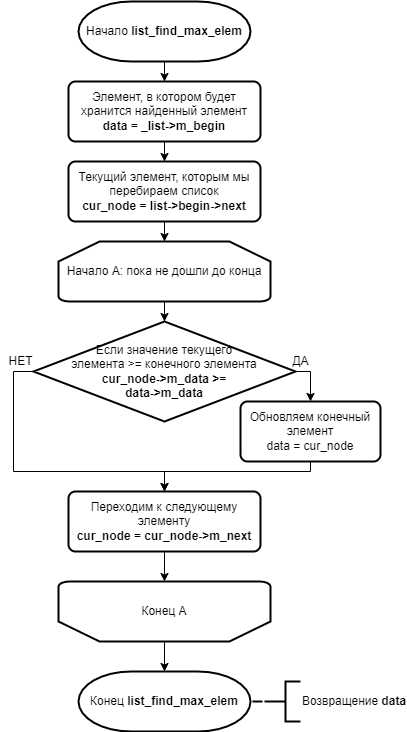
The draw.io diagram diagrams/pictures/list_find_max_elem/list_find_max_elem.drawio.png in AKTOETO/LW4-2022, before a commit. Source tidied: cells renumbered, new cells last; positions are measured from the earlier drawing's top-left corner, leaving out a move shared by most shapes. Source of this version:
```xml
<mxGraphModel>
  <root>
    <mxCell id="0" />
    <mxCell id="1" parent="0" />
    <mxCell id="2" style="edgeStyle=orthogonalEdgeStyle;rounded=0;jettySize=auto;html=1;endArrow=classic;endFill=1;strokeWidth=1;" parent="1" edge="1" source="3" target="5">
      <mxGeometry relative="1" as="geometry" />
    </mxCell>
    <mxCell id="3" value="Начало &lt;b&gt;list_find_max_elem&lt;/b&gt;" style="strokeWidth=2;html=1;shape=mxgraph.flowchart.terminator;whiteSpace=wrap;" parent="1" vertex="1">
      <mxGeometry x="78" width="172" height="60" as="geometry" />
    </mxCell>
    <mxCell id="4" style="edgeStyle=orthogonalEdgeStyle;rounded=0;jettySize=auto;html=1;endArrow=classic;endFill=1;strokeWidth=1;" parent="1" edge="1" source="5" target="7">
      <mxGeometry relative="1" as="geometry" />
    </mxCell>
    <mxCell id="5" value="Элемент, в котором будет хранится найденный элемент&lt;br&gt;&lt;b&gt;data =&amp;nbsp;_list-&amp;gt;m_begin&lt;/b&gt;" style="rounded=1;whiteSpace=wrap;html=1;absoluteArcSize=1;arcSize=14;strokeWidth=2;shadow=0;glass=0;sketch=0;" parent="1" vertex="1">
      <mxGeometry x="68" y="80" width="192" height="60" as="geometry" />
    </mxCell>
    <mxCell id="6" style="edgeStyle=orthogonalEdgeStyle;rounded=0;jettySize=auto;html=1;endArrow=classic;endFill=1;strokeWidth=1;" parent="1" edge="1" source="7" target="9">
      <mxGeometry relative="1" as="geometry" />
    </mxCell>
    <mxCell id="7" value="Текущий элемент, которым мы перебираем список&lt;br&gt;&lt;b&gt;cur_node = list-&amp;gt;begin-&amp;gt;next&lt;/b&gt;" style="rounded=1;whiteSpace=wrap;html=1;absoluteArcSize=1;arcSize=14;strokeWidth=2;shadow=0;glass=0;sketch=0;" parent="1" vertex="1">
      <mxGeometry x="68" y="160" width="192" height="60" as="geometry" />
    </mxCell>
    <mxCell id="8" style="edgeStyle=orthogonalEdgeStyle;rounded=0;jettySize=auto;html=1;endArrow=classic;endFill=1;strokeWidth=1;" parent="1" edge="1" source="9" target="12">
      <mxGeometry relative="1" as="geometry" />
    </mxCell>
    <mxCell id="9" value="Начало А: пока не дошли до конца" style="strokeWidth=2;html=1;shape=mxgraph.flowchart.loop_limit;whiteSpace=wrap;" parent="1" vertex="1">
      <mxGeometry x="58" y="240" width="212" height="60" as="geometry" />
    </mxCell>
    <mxCell id="10" style="edgeStyle=orthogonalEdgeStyle;rounded=0;jettySize=auto;html=1;exitX=1;exitY=0.5;exitDx=0;exitDy=0;exitPerimeter=0;entryX=0.5;entryY=0;entryDx=0;entryDy=0;endArrow=classic;endFill=1;strokeWidth=1;" parent="1" edge="1" source="12" target="14">
      <mxGeometry relative="1" as="geometry" />
    </mxCell>
    <mxCell id="11" style="edgeStyle=orthogonalEdgeStyle;rounded=0;jettySize=auto;html=1;exitX=0;exitY=0.5;exitDx=0;exitDy=0;exitPerimeter=0;entryX=0.5;entryY=0;entryDx=0;entryDy=0;endArrow=classic;endFill=1;strokeWidth=1;" parent="1" edge="1" source="12" target="17">
      <mxGeometry relative="1" as="geometry">
        <Array as="points">
          <mxPoint x="13" y="370" />
          <mxPoint x="13" y="470" />
          <mxPoint x="164" y="470" />
        </Array>
      </mxGeometry>
    </mxCell>
    <mxCell id="12" value="Если значение текущего&lt;br&gt;элемента &amp;gt;= конечного элемента&lt;br&gt;&lt;b&gt;cur_node-&amp;gt;m_data &amp;gt;=&lt;br&gt;data-&amp;gt;m_data&lt;/b&gt;" style="strokeWidth=2;html=1;shape=mxgraph.flowchart.decision;whiteSpace=wrap;" parent="1" vertex="1">
      <mxGeometry x="33" y="320" width="262" height="100" as="geometry" />
    </mxCell>
    <mxCell id="13" style="edgeStyle=orthogonalEdgeStyle;rounded=0;jettySize=auto;html=1;entryX=0.5;entryY=0;entryDx=0;entryDy=0;endArrow=classic;endFill=1;strokeWidth=1;" parent="1" edge="1" source="14" target="17">
      <mxGeometry relative="1" as="geometry">
        <Array as="points">
          <mxPoint x="310" y="470" />
          <mxPoint x="164" y="470" />
        </Array>
      </mxGeometry>
    </mxCell>
    <mxCell id="14" value="Обновляем конечный элемент&lt;br&gt;data = cur_node" style="rounded=1;whiteSpace=wrap;html=1;absoluteArcSize=1;arcSize=14;strokeWidth=2;shadow=0;glass=0;sketch=0;" parent="1" vertex="1">
      <mxGeometry x="240" y="400" width="140" height="60" as="geometry" />
    </mxCell>
    <mxCell id="15" value="ДА" style="text;html=1;align=center;verticalAlign=middle;strokeColor=none;fillColor=none;" parent="1" vertex="1">
      <mxGeometry x="285" y="350" width="30" height="20" as="geometry" />
    </mxCell>
    <mxCell id="16" style="edgeStyle=orthogonalEdgeStyle;rounded=0;jettySize=auto;html=1;endArrow=classic;endFill=1;strokeWidth=1;" parent="1" edge="1" source="17" target="20">
      <mxGeometry relative="1" as="geometry" />
    </mxCell>
    <mxCell id="17" value="Переходим к следующему элементу&lt;br&gt;&lt;b&gt;cur_node = cur_node-&amp;gt;m_next&lt;/b&gt;" style="rounded=1;whiteSpace=wrap;html=1;absoluteArcSize=1;arcSize=14;strokeWidth=2;shadow=0;glass=0;sketch=0;" parent="1" vertex="1">
      <mxGeometry x="68" y="490" width="192" height="60" as="geometry" />
    </mxCell>
    <mxCell id="18" value="НЕТ" style="text;html=1;align=center;verticalAlign=middle;strokeColor=none;fillColor=none;" parent="1" vertex="1">
      <mxGeometry y="350" width="40" height="20" as="geometry" />
    </mxCell>
    <mxCell id="19" style="edgeStyle=orthogonalEdgeStyle;rounded=0;jettySize=auto;html=1;endArrow=classic;endFill=1;strokeWidth=1;" parent="1" edge="1" source="20" target="21">
      <mxGeometry relative="1" as="geometry" />
    </mxCell>
    <mxCell id="20" value="Конец А" style="strokeWidth=2;html=1;shape=mxgraph.flowchart.loop_limit;whiteSpace=wrap;direction=west;" parent="1" vertex="1">
      <mxGeometry x="58" y="580" width="212" height="60" as="geometry" />
    </mxCell>
    <mxCell id="21" value="Конец&amp;nbsp;&lt;b&gt;list_find_max_elem&lt;/b&gt;" style="strokeWidth=2;html=1;shape=mxgraph.flowchart.terminator;whiteSpace=wrap;" parent="1" vertex="1">
      <mxGeometry x="78" y="670" width="172" height="60" as="geometry" />
    </mxCell>
    <mxCell id="22" style="edgeStyle=orthogonalEdgeStyle;rounded=0;jettySize=auto;html=1;endArrow=none;endFill=0;strokeWidth=2;dashed=1;" parent="1" edge="1" source="23" target="21">
      <mxGeometry relative="1" as="geometry" />
    </mxCell>
    <mxCell id="23" value="Возвращение &lt;b&gt;data&lt;/b&gt;" style="strokeWidth=2;html=1;shape=mxgraph.flowchart.annotation_2;align=left;labelPosition=right;" parent="1" vertex="1">
      <mxGeometry x="270" y="680" width="30" height="40" as="geometry" />
    </mxCell>
  </root>
</mxGraphModel>
```
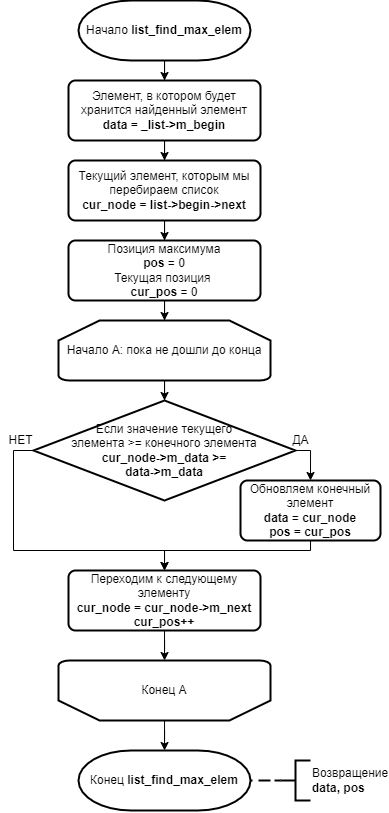
Later version of the same file.

Commit message:
added node_get_data ALO

Change to the diagram source:
```diff
@@ -6,19 +6,19 @@
       <mxGeometry relative="1" as="geometry" />
     </mxCell>
     <mxCell id="3" value="Начало &lt;b&gt;list_find_max_elem&lt;/b&gt;" style="strokeWidth=2;html=1;shape=mxgraph.flowchart.terminator;whiteSpace=wrap;" parent="1" vertex="1">
-      <mxGeometry x="78" width="172" height="60" as="geometry" />
+      <mxGeometry x="78" y="-80" width="172" height="60" as="geometry" />
     </mxCell>
     <mxCell id="4" style="edgeStyle=orthogonalEdgeStyle;rounded=0;jettySize=auto;html=1;endArrow=classic;endFill=1;strokeWidth=1;" parent="1" edge="1" source="5" target="7">
       <mxGeometry relative="1" as="geometry" />
     </mxCell>
     <mxCell id="5" value="Элемент, в котором будет хранится найденный элемент&lt;br&gt;&lt;b&gt;data =&amp;nbsp;_list-&amp;gt;m_begin&lt;/b&gt;" style="rounded=1;whiteSpace=wrap;html=1;absoluteArcSize=1;arcSize=14;strokeWidth=2;shadow=0;glass=0;sketch=0;" parent="1" vertex="1">
-      <mxGeometry x="68" y="80" width="192" height="60" as="geometry" />
+      <mxGeometry x="68" width="192" height="60" as="geometry" />
     </mxCell>
-    <mxCell id="6" style="edgeStyle=orthogonalEdgeStyle;rounded=0;jettySize=auto;html=1;endArrow=classic;endFill=1;strokeWidth=1;" parent="1" edge="1" source="7" target="9">
+    <mxCell id="6" style="edgeStyle=orthogonalEdgeStyle;rounded=0;jettySize=auto;html=1;endArrow=classic;endFill=1;strokeWidth=1;startArrow=none;" parent="1" edge="1" source="24" target="9">
       <mxGeometry relative="1" as="geometry" />
     </mxCell>
     <mxCell id="7" value="Текущий элемент, которым мы перебираем список&lt;br&gt;&lt;b&gt;cur_node = list-&amp;gt;begin-&amp;gt;next&lt;/b&gt;" style="rounded=1;whiteSpace=wrap;html=1;absoluteArcSize=1;arcSize=14;strokeWidth=2;shadow=0;glass=0;sketch=0;" parent="1" vertex="1">
-      <mxGeometry x="68" y="160" width="192" height="60" as="geometry" />
+      <mxGeometry x="68" y="80" width="192" height="60" as="geometry" />
     </mxCell>
     <mxCell id="8" style="edgeStyle=orthogonalEdgeStyle;rounded=0;jettySize=auto;html=1;endArrow=classic;endFill=1;strokeWidth=1;" parent="1" edge="1" source="9" target="12">
       <mxGeometry relative="1" as="geometry" />
@@ -49,7 +49,7 @@
         </Array>
       </mxGeometry>
     </mxCell>
-    <mxCell id="14" value="Обновляем конечный элемент&lt;br&gt;data = cur_node" style="rounded=1;whiteSpace=wrap;html=1;absoluteArcSize=1;arcSize=14;strokeWidth=2;shadow=0;glass=0;sketch=0;" parent="1" vertex="1">
+    <mxCell id="14" value="Обновляем конечный элемент&lt;br&gt;&lt;b&gt;data &lt;/b&gt;= &lt;b&gt;cur_node&lt;br&gt;&lt;/b&gt;&lt;div&gt;&lt;b&gt;pos = cur_pos&lt;/b&gt;&lt;/div&gt;" style="rounded=1;whiteSpace=wrap;html=1;absoluteArcSize=1;arcSize=14;strokeWidth=2;shadow=0;glass=0;sketch=0;" parent="1" vertex="1">
       <mxGeometry x="240" y="400" width="140" height="60" as="geometry" />
     </mxCell>
     <mxCell id="15" value="ДА" style="text;html=1;align=center;verticalAlign=middle;strokeColor=none;fillColor=none;" parent="1" vertex="1">
@@ -58,7 +58,7 @@
     <mxCell id="16" style="edgeStyle=orthogonalEdgeStyle;rounded=0;jettySize=auto;html=1;endArrow=classic;endFill=1;strokeWidth=1;" parent="1" edge="1" source="17" target="20">
       <mxGeometry relative="1" as="geometry" />
     </mxCell>
-    <mxCell id="17" value="Переходим к следующему элементу&lt;br&gt;&lt;b&gt;cur_node = cur_node-&amp;gt;m_next&lt;/b&gt;" style="rounded=1;whiteSpace=wrap;html=1;absoluteArcSize=1;arcSize=14;strokeWidth=2;shadow=0;glass=0;sketch=0;" parent="1" vertex="1">
+    <mxCell id="17" value="Переходим к следующему элементу&lt;br&gt;&lt;b&gt;cur_node = cur_node-&amp;gt;m_next&lt;br&gt;cur_pos++&lt;br&gt;&lt;/b&gt;" style="rounded=1;whiteSpace=wrap;html=1;absoluteArcSize=1;arcSize=14;strokeWidth=2;shadow=0;glass=0;sketch=0;" parent="1" vertex="1">
       <mxGeometry x="68" y="490" width="192" height="60" as="geometry" />
     </mxCell>
     <mxCell id="18" value="НЕТ" style="text;html=1;align=center;verticalAlign=middle;strokeColor=none;fillColor=none;" parent="1" vertex="1">
@@ -76,8 +76,14 @@
     <mxCell id="22" style="edgeStyle=orthogonalEdgeStyle;rounded=0;jettySize=auto;html=1;endArrow=none;endFill=0;strokeWidth=2;dashed=1;" parent="1" edge="1" source="23" target="21">
       <mxGeometry relative="1" as="geometry" />
     </mxCell>
-    <mxCell id="23" value="Возвращение &lt;b&gt;data&lt;/b&gt;" style="strokeWidth=2;html=1;shape=mxgraph.flowchart.annotation_2;align=left;labelPosition=right;" parent="1" vertex="1">
-      <mxGeometry x="270" y="680" width="30" height="40" as="geometry" />
+    <mxCell id="23" value="Возвращение&lt;br&gt;&lt;b&gt;data,&amp;nbsp;&lt;/b&gt;&lt;b style=&quot;text-align: center&quot;&gt;pos&amp;nbsp;&lt;/b&gt;&lt;b&gt;&lt;br&gt;&lt;/b&gt;" style="strokeWidth=2;html=1;shape=mxgraph.flowchart.annotation_2;align=left;labelPosition=right;" parent="1" vertex="1">
+      <mxGeometry x="280" y="680" width="30" height="40" as="geometry" />
     </mxCell>
+    <mxCell id="24" value="Позиция максимума&lt;br&gt;&lt;b&gt;pos&lt;/b&gt;&amp;nbsp;= 0&lt;br&gt;Текущая позиция&amp;nbsp;&lt;br&gt;&lt;b&gt;cur_pos&lt;/b&gt; = 0" style="rounded=1;whiteSpace=wrap;html=1;absoluteArcSize=1;arcSize=14;strokeWidth=2;shadow=0;glass=0;sketch=0;" parent="1" vertex="1">
+      <mxGeometry x="68" y="160" width="192" height="60" as="geometry" />
+    </mxCell>
+    <mxCell id="25" style="edgeStyle=orthogonalEdgeStyle;rounded=0;jettySize=auto;html=1;endArrow=classic;endFill=1;strokeWidth=1;" parent="1" edge="1" source="7" target="24">
+      <mxGeometry relative="1" as="geometry" />
+    </mxCell>
   </root>
 </mxGraphModel>
```
